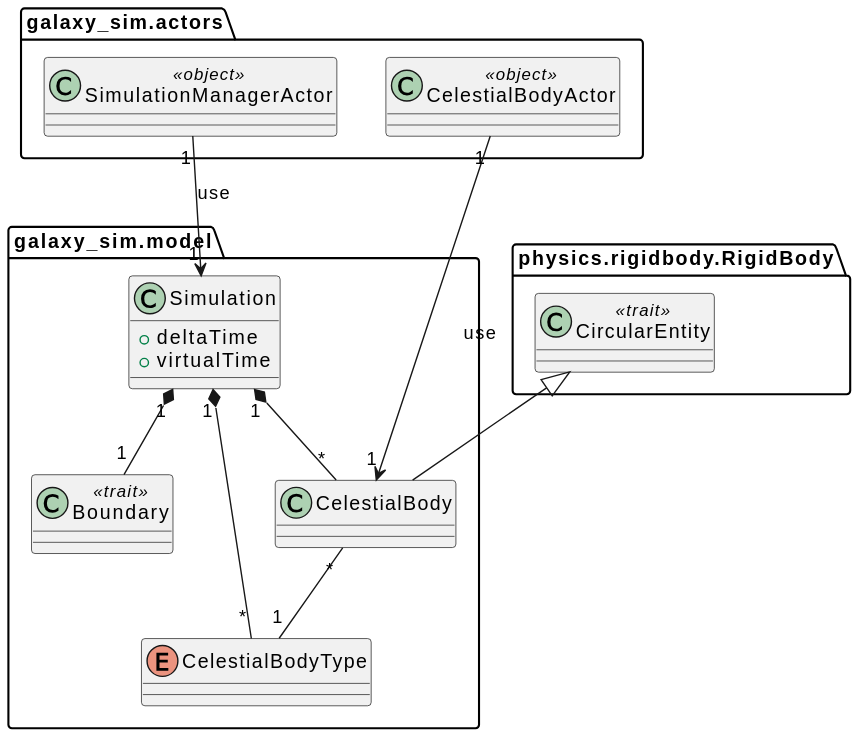
FilippoVissani/PPS-22-galaxy-sim keeps this PlantUML diagram as docs/images/simulation_class_diagram.svg. Above is the earlier version.
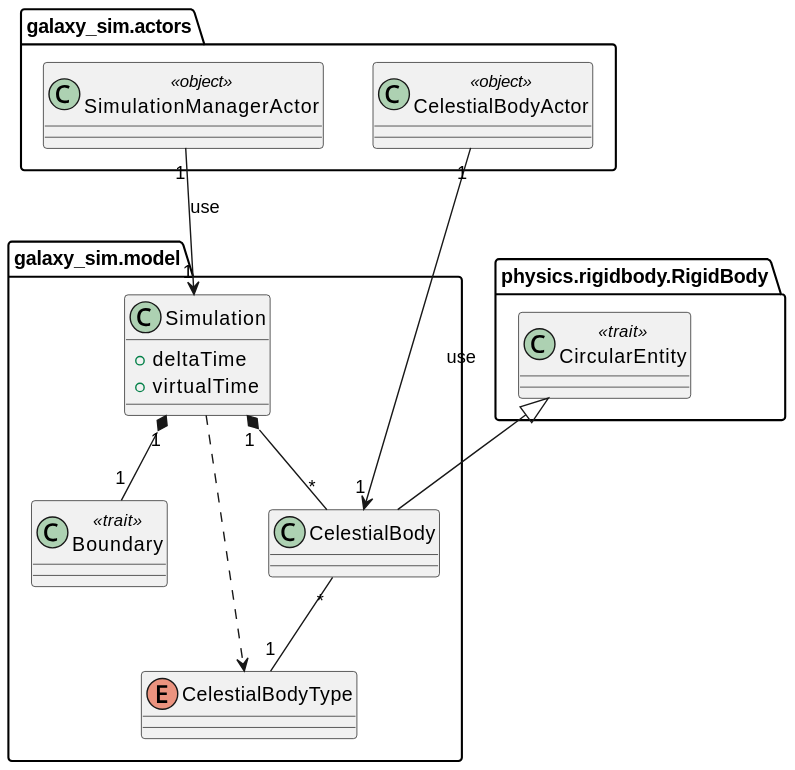
Later version of the same file.

Change to the diagram source:
```diff
@@ -20,7 +20,7 @@
 }
 
 Simulation "1"*--"*" CelestialBody
-Simulation "1"*--"*" CelestialBodyType
+Simulation ..> CelestialBodyType
 Simulation "1"*--"1" Boundary
 CelestialBody "*"--"1" CelestialBodyType
 
```
